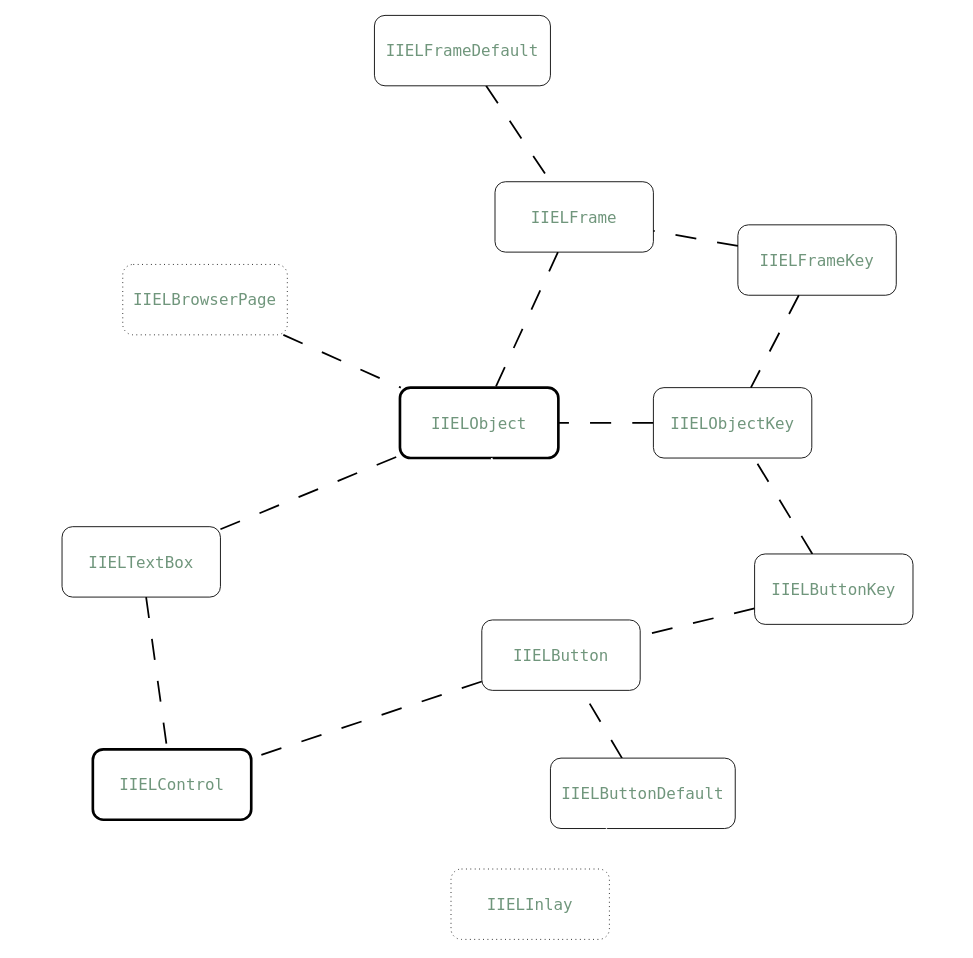
Above: page "FRONT Диаграмма" (2 of 2) of IEL.drawio in Lisyaka46/IEL (draw.io), before the change. Source tidied: cells renumbered, new cells numbered last; positions are measured from the earlier drawing's top-left corner, leaving out a move shared by most shapes. Both pictures are drawn from the tidied source at 88%, with x=0, y=0 at pixel (62, 15).
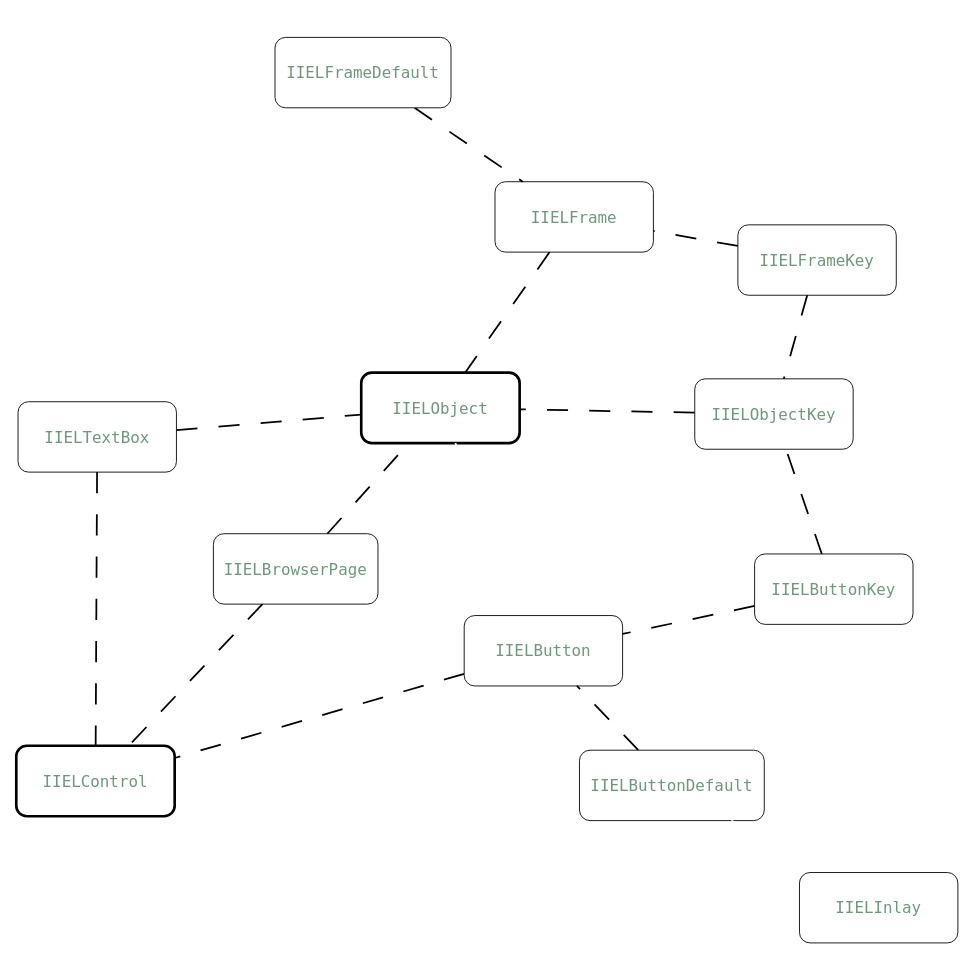
The same page after the edit.

The edit, as a diff of the source:
```diff
@@
     <mxCell id="2" value="IIELObject" style="rounded=1;whiteSpace=wrap;fontSize=18;fontColor=#70967C;fontFamily=Lucida Console;strokeWidth=3;" parent="1" vertex="1">
-      <mxGeometry x="384" y="423" width="180" height="80" as="geometry" />
+      <mxGeometry x="340" y="406" width="180" height="80" as="geometry" />
     </mxCell>
@@
     <mxCell id="5" value="IIELButton" style="rounded=1;whiteSpace=wrap;fontSize=18;fontColor=#70967C;fontFamily=Lucida Console;" parent="1" vertex="1">
-      <mxGeometry x="477" y="687" width="180" height="80" as="geometry" />
+      <mxGeometry x="457" y="682" width="180" height="80" as="geometry" />
     </mxCell>
@@
     <mxCell id="7" value="IIELButtonDefault" style="rounded=1;whiteSpace=wrap;fontSize=18;fontColor=#70967C;fontFamily=Lucida Console;" parent="1" vertex="1">
-      <mxGeometry x="555" y="844" width="210" height="80" as="geometry" />
+      <mxGeometry x="588" y="835" width="210" height="80" as="geometry" />
     </mxCell>
@@
     <mxCell id="13" value="IIELObjectKey" style="rounded=1;whiteSpace=wrap;fontSize=18;fontColor=#70967C;fontFamily=Lucida Console;" parent="1" vertex="1">
-      <mxGeometry x="672" y="423" width="180" height="80" as="geometry" />
+      <mxGeometry x="719" y="413" width="180" height="80" as="geometry" />
     </mxCell>
@@
     <mxCell id="15" value="IIELFrameDefault" style="rounded=1;whiteSpace=wrap;fontSize=18;fontColor=#70967C;fontFamily=Lucida Console;" parent="1" vertex="1">
-      <mxGeometry x="355" width="200" height="80" as="geometry" />
+      <mxGeometry x="242" y="25" width="200" height="80" as="geometry" />
     </mxCell>
@@
     <mxCell id="19" value="IIELControl" style="rounded=1;whiteSpace=wrap;fontSize=18;fontColor=#70967C;fontFamily=Lucida Console;strokeWidth=3;" parent="1" vertex="1">
-      <mxGeometry x="35" y="834" width="180" height="80" as="geometry" />
+      <mxGeometry x="-52" y="830" width="180" height="80" as="geometry" />
     </mxCell>
@@
     <mxCell id="22" value="IIELTextBox" style="rounded=1;whiteSpace=wrap;fontSize=18;fontColor=#70967C;fontFamily=Lucida Console;" parent="1" vertex="1">
-      <mxGeometry y="581" width="180" height="80" as="geometry" />
+      <mxGeometry x="-50" y="439" width="180" height="80" as="geometry" />
     </mxCell>
+    <mxCell id="28" style="edgeStyle=none;shape=connector;rounded=1;jettySize=auto;html=1;dashed=1;dashPattern=12 12;strokeColor=default;strokeWidth=2;align=center;verticalAlign=middle;fontFamily=Helvetica;fontSize=11;fontColor=default;labelBackgroundColor=default;endArrow=none;endFill=0;flowAnimation=1;" parent="1" edge="1" source="23" target="19">
+      <mxGeometry relative="1" as="geometry" />
+    </mxCell>
-    <mxCell id="23" value="IIELBrowserPage" style="rounded=1;whiteSpace=wrap;fontSize=18;fontColor=#70967C;fontFamily=Lucida Console;dashed=1;dashPattern=1 4;" parent="1" vertex="1">
-      <mxGeometry x="69" y="283" width="187" height="80" as="geometry" />
+    <mxCell id="23" value="IIELBrowserPage" style="rounded=1;whiteSpace=wrap;fontSize=18;fontColor=#70967C;fontFamily=Lucida Console;" parent="1" vertex="1">
+      <mxGeometry x="172" y="589" width="187" height="80" as="geometry" />
     </mxCell>
@@
-    <mxCell id="27" value="IIELInlay" style="rounded=1;whiteSpace=wrap;fontSize=18;fontColor=#70967C;fontFamily=Lucida Console;dashed=1;dashPattern=1 4;" parent="1" vertex="1">
-      <mxGeometry x="442" y="970" width="180" height="80" as="geometry" />
+    <mxCell id="27" value="IIELInlay" style="rounded=1;whiteSpace=wrap;fontSize=18;fontColor=#70967C;fontFamily=Lucida Console;" parent="1" vertex="1">
+      <mxGeometry x="838" y="974" width="180" height="80" as="geometry" />
     </mxCell>
```
